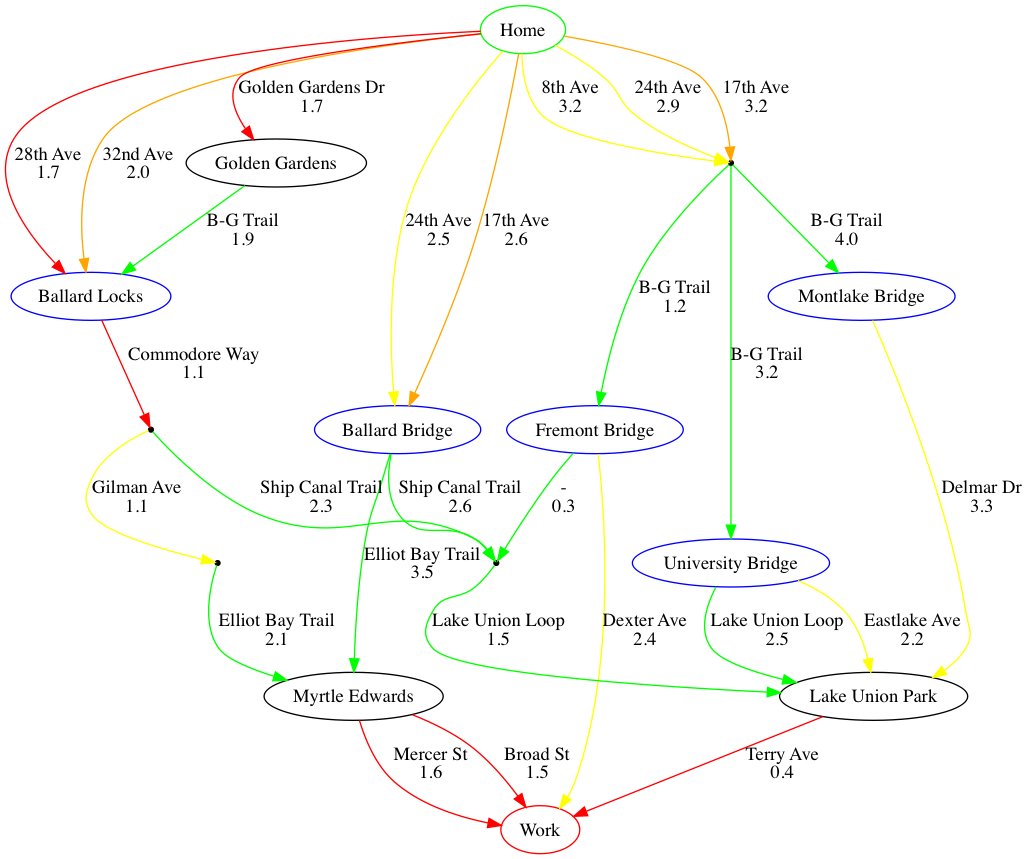
Earlier version of the Graphviz export bike-to-work.png (ungood/bike-to-work). Its source is kept beside it as bike-to-work.dot. The source it was exported from:
```dot
digraph  {
Home [color=green];
"Ballard Locks" [color=blue];
"Ballard Bridge" [color=blue];
"Fremont Bridge" [color=blue];
"University Bridge" [color=blue];
"Montlake Bridge" [color=blue];
"Fisherman's Terminal" [shape=point];
"Ballmer Yard" [shape=point];
"Diamond Marina" [shape=point];
"Fred Meyer" [shape=point];
Work [color=red];
"Golden Gardens";
"Myrtle Edwards";
"Lake Union Park";
Home -> "Golden Gardens"  [key=0, via="Golden Gardens Dr", weight="1.7", route_type=Road, color=red, label="Golden Gardens Dr\n1.7"];
Home -> "Ballard Locks"  [key=0, via="32nd Ave", weight="2.0", route_type=Sharrow, color=orange, label="32nd Ave\n2.0"];
Home -> "Ballard Locks"  [key=1, via="28th Ave", weight="1.7", route_type=Road, color=red, label="28th Ave\n1.7"];
Home -> "Ballard Bridge"  [key=0, via="24th Ave", weight="2.5", route_type="Road, Minor Separation", color=yellow, label="24th Ave\n2.5"];
Home -> "Ballard Bridge"  [key=1, via="17th Ave", weight="2.6", route_type=Sharrow, color=orange, label="17th Ave\n2.6"];
Home -> "Fred Meyer"  [key=0, via="24th Ave", weight="2.9", route_type="Road, Minor Separation", color=yellow, label="24th Ave\n2.9"];
Home -> "Fred Meyer"  [key=1, via="17th Ave", weight="3.2", route_type=Sharrow, color=orange, label="17th Ave\n3.2"];
Home -> "Fred Meyer"  [key=2, via="8th Ave", weight="3.2", route_type="Road, Minor Separation", color=yellow, label="8th Ave\n3.2"];
"Ballard Locks" -> "Fisherman's Terminal"  [key=0, via="Commodore Way", weight="1.1", route_type=Road, color=red, label="Commodore Way\n1.1"];
"Ballard Bridge" -> "Diamond Marina"  [key=0, via="Ship Canal Trail", weight="2.6", route_type="Multi-use Trail", color=green, label="Ship Canal Trail\n2.6"];
"Ballard Bridge" -> "Myrtle Edwards"  [key=0, via="Elliot Bay Trail", weight="3.5", route_type="Multi-use Trail", color=green, label="Elliot Bay Trail\n3.5"];
"Fremont Bridge" -> "Diamond Marina"  [key=0, via="-", weight="0.3", route_type="Multi-use Trail", color=green, label="-\n0.3"];
"Fremont Bridge" -> Work  [key=0, via="Dexter Ave", weight="2.4", route_type="Road, Minor Separation", color=yellow, label="Dexter Ave\n2.4"];
"University Bridge" -> "Lake Union Park"  [key=0, via="Lake Union Loop", weight="2.5", route_type="Multi-use Trail", color=green, label="Lake Union Loop\n2.5"];
"University Bridge" -> "Lake Union Park"  [key=1, via="Eastlake Ave", weight="2.2", route_type="Road, Minor Separation", color=yellow, label="Eastlake Ave\n2.2"];
"Montlake Bridge" -> "Lake Union Park"  [key=0, via="Delmar Dr", weight="3.3", route_type="Road, Minor Separation", color=yellow, label="Delmar Dr\n3.3"];
"Fisherman's Terminal" -> "Ballmer Yard"  [key=0, via="Gilman Ave", weight="1.1", route_type="Road, Major Separation", color=yellow, label="Gilman Ave\n1.1"];
"Fisherman's Terminal" -> "Diamond Marina"  [key=0, via="Ship Canal Trail", weight="2.3", route_type="Multi-use Trail", color=green, label="Ship Canal Trail\n2.3"];
"Ballmer Yard" -> "Myrtle Edwards"  [key=0, via="Elliot Bay Trail", weight="2.1", route_type="Multi-use Trail", color=green, label="Elliot Bay Trail\n2.1"];
"Diamond Marina" -> "Lake Union Park"  [key=0, via="Lake Union Loop", weight="1.5", route_type="Multi-use Trail", color=green, label="Lake Union Loop\n1.5"];
"Fred Meyer" -> "Fremont Bridge"  [key=0, via="B-G Trail", weight="1.2", route_type="Multi-use Trail", color=green, label="B-G Trail\n1.2"];
"Fred Meyer" -> "University Bridge"  [key=0, via="B-G Trail", weight="3.2", route_type="Multi-use Trail", color=green, label="B-G Trail\n3.2"];
"Fred Meyer" -> "Montlake Bridge"  [key=0, via="B-G Trail", weight="4.0", route_type="Multi-use Trail", color=green, label="B-G Trail\n4.0"];
"Golden Gardens" -> "Ballard Locks"  [key=0, via="B-G Trail", weight="1.9", route_type="Multi-use Trail", color=green, label="B-G Trail\n1.9"];
"Myrtle Edwards" -> Work  [key=0, via="Mercer St", weight="1.6", route_type=Road, color=red, label="Mercer St\n1.6"];
"Myrtle Edwards" -> Work  [key=1, via="Broad St", weight="1.5", route_type=Road, color=red, label="Broad St\n1.5"];
"Lake Union Park" -> Work  [key=0, via="Terry Ave", weight="0.4", route_type=Road, color=red, label="Terry Ave\n0.4"];
}
```
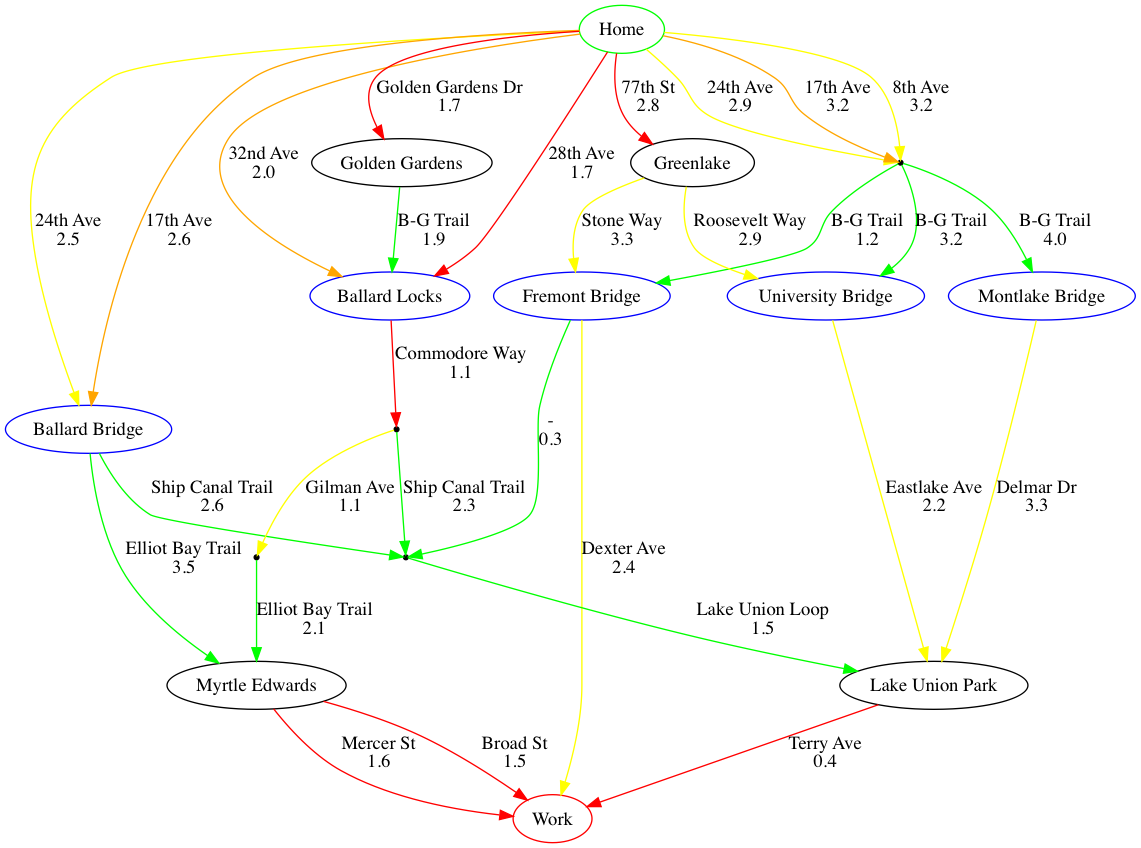
The same diagram one commit later.

Commit message:
Added Greenlake routes, removed one University Bridge Route

What changed in the source:
```diff
@@ -13,6 +13,7 @@
 "Golden Gardens";
 "Myrtle Edwards";
 "Lake Union Park";
+Greenlake;
 Home -> "Golden Gardens"  [key=0, via="Golden Gardens Dr", weight="1.7", route_type=Road, color=red, label="Golden Gardens Dr\n1.7"];
 Home -> "Ballard Locks"  [key=0, via="32nd Ave", weight="2.0", route_type=Sharrow, color=orange, label="32nd Ave\n2.0"];
 Home -> "Ballard Locks"  [key=1, via="28th Ave", weight="1.7", route_type=Road, color=red, label="28th Ave\n1.7"];
@@ -21,13 +22,13 @@
 Home -> "Fred Meyer"  [key=0, via="24th Ave", weight="2.9", route_type="Road, Minor Separation", color=yellow, label="24th Ave\n2.9"];
 Home -> "Fred Meyer"  [key=1, via="17th Ave", weight="3.2", route_type=Sharrow, color=orange, label="17th Ave\n3.2"];
 Home -> "Fred Meyer"  [key=2, via="8th Ave", weight="3.2", route_type="Road, Minor Separation", color=yellow, label="8th Ave\n3.2"];
+Home -> Greenlake  [key=0, via="77th St", weight="2.8", route_type=Road, color=red, label="77th St\n2.8"];
 "Ballard Locks" -> "Fisherman's Terminal"  [key=0, via="Commodore Way", weight="1.1", route_type=Road, color=red, label="Commodore Way\n1.1"];
 "Ballard Bridge" -> "Diamond Marina"  [key=0, via="Ship Canal Trail", weight="2.6", route_type="Multi-use Trail", color=green, label="Ship Canal Trail\n2.6"];
 "Ballard Bridge" -> "Myrtle Edwards"  [key=0, via="Elliot Bay Trail", weight="3.5", route_type="Multi-use Trail", color=green, label="Elliot Bay Trail\n3.5"];
 "Fremont Bridge" -> "Diamond Marina"  [key=0, via="-", weight="0.3", route_type="Multi-use Trail", color=green, label="-\n0.3"];
 "Fremont Bridge" -> Work  [key=0, via="Dexter Ave", weight="2.4", route_type="Road, Minor Separation", color=yellow, label="Dexter Ave\n2.4"];
-"University Bridge" -> "Lake Union Park"  [key=0, via="Lake Union Loop", weight="2.5", route_type="Multi-use Trail", color=green, label="Lake Union Loop\n2.5"];
-"University Bridge" -> "Lake Union Park"  [key=1, via="Eastlake Ave", weight="2.2", route_type="Road, Minor Separation", color=yellow, label="Eastlake Ave\n2.2"];
+"University Bridge" -> "Lake Union Park"  [key=0, via="Eastlake Ave", weight="2.2", route_type="Road, Minor Separation", color=yellow, label="Eastlake Ave\n2.2"];
 "Montlake Bridge" -> "Lake Union Park"  [key=0, via="Delmar Dr", weight="3.3", route_type="Road, Minor Separation", color=yellow, label="Delmar Dr\n3.3"];
 "Fisherman's Terminal" -> "Ballmer Yard"  [key=0, via="Gilman Ave", weight="1.1", route_type="Road, Major Separation", color=yellow, label="Gilman Ave\n1.1"];
 "Fisherman's Terminal" -> "Diamond Marina"  [key=0, via="Ship Canal Trail", weight="2.3", route_type="Multi-use Trail", color=green, label="Ship Canal Trail\n2.3"];
@@ -40,4 +41,6 @@
 "Myrtle Edwards" -> Work  [key=0, via="Mercer St", weight="1.6", route_type=Road, color=red, label="Mercer St\n1.6"];
 "Myrtle Edwards" -> Work  [key=1, via="Broad St", weight="1.5", route_type=Road, color=red, label="Broad St\n1.5"];
 "Lake Union Park" -> Work  [key=0, via="Terry Ave", weight="0.4", route_type=Road, color=red, label="Terry Ave\n0.4"];
+Greenlake -> "University Bridge"  [key=0, via="Roosevelt Way", weight="2.9", route_type="Road, Minor Separation", color=yellow, label="Roosevelt Way\n2.9"];
+Greenlake -> "Fremont Bridge"  [key=0, via="Stone Way", weight="3.3", route_type="Road, Minor Separation", color=yellow, label="Stone Way\n3.3"];
 }
```
